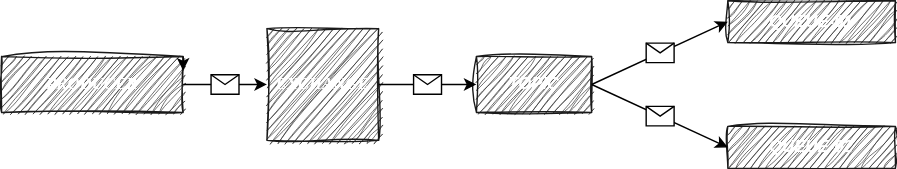
Earlier version of the draw.io export kafka/kafka.drawio.svg (ramiralvesmelo/spring-boot-projetos). Source tidied: cells renumbered, new cells last; positions are measured from the earlier drawing's top-left corner, leaving out a move shared by most shapes. The source it was exported from:
```xml
<mxGraphModel>
  <root>
    <mxCell id="0" />
    <mxCell id="1" parent="0" />
    <mxCell id="2" value="&lt;font face=&quot;Comic Sans MS&quot;&gt;PRODUCER&lt;/font&gt;" style="rounded=0;whiteSpace=wrap;html=1;fillColor=#333333;fontColor=#ffffff;strokeColor=#1A1A1A;glass=0;shadow=0;sketch=1;curveFitting=1;jiggle=2;fontStyle=3;labelBorderColor=none;" parent="1" vertex="1">
      <mxGeometry y="40" width="130" height="40" as="geometry" />
    </mxCell>
    <mxCell id="3" value="&lt;font face=&quot;Comic Sans MS&quot;&gt;EXCHANGE&lt;/font&gt;" style="rounded=0;whiteSpace=wrap;html=1;fillColor=#333333;fontColor=#ffffff;strokeColor=#1A1A1A;glass=0;shadow=0;sketch=1;curveFitting=1;jiggle=2;fontStyle=3;labelBorderColor=none;" parent="1" vertex="1">
      <mxGeometry x="190" y="20" width="80" height="80" as="geometry" />
    </mxCell>
    <mxCell id="4" value="QUEUE-02" style="rounded=0;whiteSpace=wrap;html=1;fillColor=#333333;fontColor=#ffffff;strokeColor=#1A1A1A;glass=0;shadow=0;sketch=1;curveFitting=1;jiggle=2;fontStyle=3;labelBorderColor=none;" parent="1" vertex="1">
      <mxGeometry x="520" y="90" width="120" height="30" as="geometry" />
    </mxCell>
    <mxCell id="5" value="QUEUE-01" style="rounded=0;whiteSpace=wrap;html=1;fillColor=#333333;fontColor=#ffffff;strokeColor=#1A1A1A;glass=0;shadow=0;sketch=1;curveFitting=1;jiggle=2;fontStyle=3;labelBorderColor=none;" parent="1" vertex="1">
      <mxGeometry x="520" width="120" height="30" as="geometry" />
    </mxCell>
    <mxCell id="6" style="endArrow=classic;html=1;exitX=1;exitY=0.5;exitDx=0;exitDy=0;" parent="1" edge="1" source="2" target="3">
      <mxGeometry relative="1" as="geometry" />
    </mxCell>
    <mxCell id="7" style="shape=message;html=1;" parent="6" vertex="1">
      <mxGeometry width="20" height="14" relative="1" as="geometry">
        <mxPoint x="-10" y="-7" as="offset" />
      </mxGeometry>
    </mxCell>
    <mxCell id="8" value="TOPIC&lt;br&gt;" style="rounded=0;whiteSpace=wrap;html=1;fillColor=#333333;fontColor=#ffffff;strokeColor=#1A1A1A;glass=0;shadow=0;sketch=1;curveFitting=1;jiggle=2;fontStyle=3;labelBorderColor=none;" parent="1" vertex="1">
      <mxGeometry x="340" y="40" width="82.5" height="40" as="geometry" />
    </mxCell>
    <mxCell id="9" style="endArrow=classic;html=1;exitX=1;exitY=0.5;exitDx=0;exitDy=0;entryX=0;entryY=0.5;entryDx=0;entryDy=0;" parent="1" edge="1" source="8" target="4">
      <mxGeometry relative="1" as="geometry" />
    </mxCell>
    <mxCell id="10" style="shape=message;html=1;" parent="9" vertex="1">
      <mxGeometry width="20" height="14" relative="1" as="geometry">
        <mxPoint x="-10" y="-7" as="offset" />
      </mxGeometry>
    </mxCell>
    <mxCell id="11" style="endArrow=classic;html=1;exitX=1;exitY=0.5;exitDx=0;exitDy=0;entryX=0;entryY=0.5;entryDx=0;entryDy=0;" parent="1" edge="1" source="3" target="8">
      <mxGeometry relative="1" as="geometry" />
    </mxCell>
    <mxCell id="12" style="shape=message;html=1;" parent="11" vertex="1">
      <mxGeometry width="20" height="14" relative="1" as="geometry">
        <mxPoint x="-10" y="-7" as="offset" />
      </mxGeometry>
    </mxCell>
    <mxCell id="13" style="endArrow=classic;html=1;exitX=1;exitY=0.5;exitDx=0;exitDy=0;entryX=0;entryY=0.5;entryDx=0;entryDy=0;" parent="1" edge="1" source="8" target="5">
      <mxGeometry relative="1" as="geometry" />
    </mxCell>
    <mxCell id="14" style="shape=message;html=1;" parent="13" vertex="1">
      <mxGeometry width="20" height="14" relative="1" as="geometry">
        <mxPoint x="-10" y="-7" as="offset" />
      </mxGeometry>
    </mxCell>
    <mxCell id="15" style="edgeStyle=none;html=1;exitX=1;exitY=0;exitDx=0;exitDy=0;entryX=1;entryY=0.25;entryDx=0;entryDy=0;" parent="1" edge="1" source="2" target="2">
      <mxGeometry relative="1" as="geometry" />
    </mxCell>
  </root>
</mxGraphModel>
```
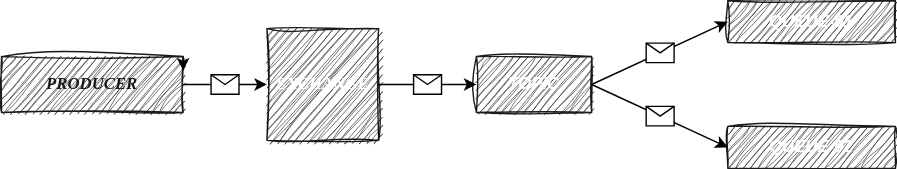
The same diagram one commit later.

Change to the diagram source:
```diff
@@ -2,7 +2,7 @@
   <root>
     <mxCell id="0" />
     <mxCell id="1" parent="0" />
-    <mxCell id="2" value="&lt;font face=&quot;Comic Sans MS&quot;&gt;PRODUCER&lt;/font&gt;" style="rounded=0;whiteSpace=wrap;html=1;fillColor=#333333;fontColor=#ffffff;strokeColor=#1A1A1A;glass=0;shadow=0;sketch=1;curveFitting=1;jiggle=2;fontStyle=3;labelBorderColor=none;" parent="1" vertex="1">
+    <mxCell id="2" value="&lt;font color=&quot;#1a1a1a&quot; style=&quot;&quot; face=&quot;Comic Sans MS&quot;&gt;PRODUCER&lt;/font&gt;" style="rounded=0;whiteSpace=wrap;html=1;fillColor=#333333;fontColor=#ffffff;strokeColor=#1A1A1A;glass=0;shadow=0;sketch=1;curveFitting=1;jiggle=2;fontStyle=3;labelBorderColor=none;" parent="1" vertex="1">
       <mxGeometry y="40" width="130" height="40" as="geometry" />
     </mxCell>
     <mxCell id="3" value="&lt;font face=&quot;Comic Sans MS&quot;&gt;EXCHANGE&lt;/font&gt;" style="rounded=0;whiteSpace=wrap;html=1;fillColor=#333333;fontColor=#ffffff;strokeColor=#1A1A1A;glass=0;shadow=0;sketch=1;curveFitting=1;jiggle=2;fontStyle=3;labelBorderColor=none;" parent="1" vertex="1">
```
